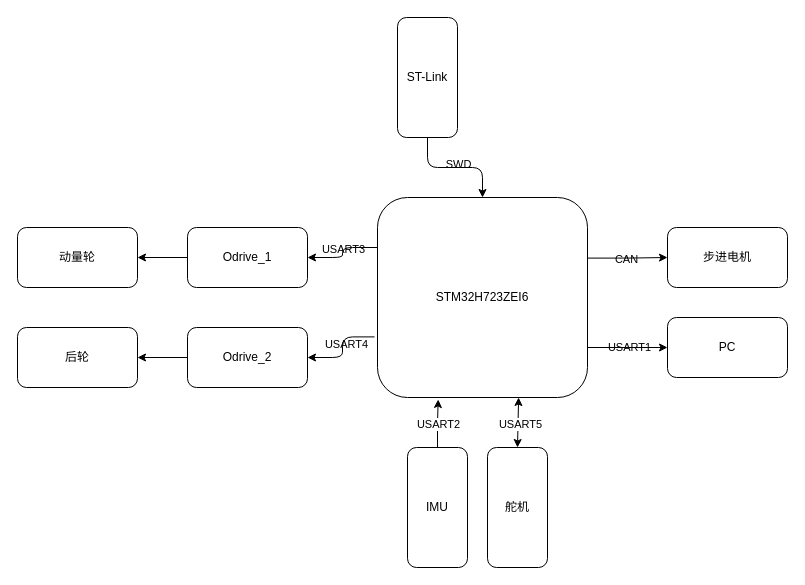
Earlier version of the draw.io diagram Control_Unit/Hardware/控制单元架构.drawio (Ashington258/EquiCycle). Source tidied: cells renumbered, new cells numbered last; positions are measured from the earlier drawing's top-left corner, leaving out a move shared by most shapes. Both pictures are drawn from the tidied source at 100%, with x=0, y=0 at pixel (17, 17).
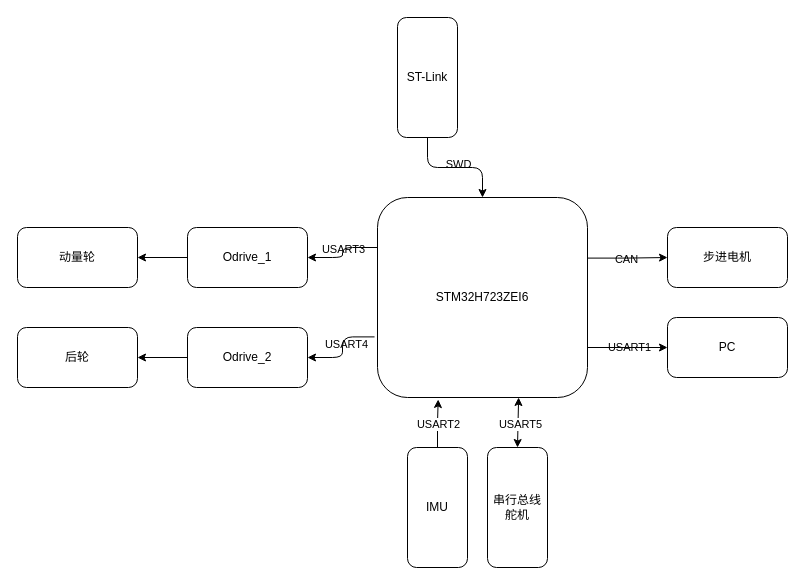
The same diagram, later.

Commit message:
舵机更改为串行总线舵机

Diff of the diagram source:
```diff
@@
-    <mxCell id="15" value="舵机" style="rounded=1;whiteSpace=wrap;html=1;direction=south;labelBackgroundColor=none;" parent="1" vertex="1">
+    <mxCell id="15" value="串行总线舵机" style="rounded=1;whiteSpace=wrap;html=1;direction=south;labelBackgroundColor=none;" parent="1" vertex="1">
       <mxGeometry x="470" y="430" width="60" height="120" as="geometry" />
     </mxCell>
```
